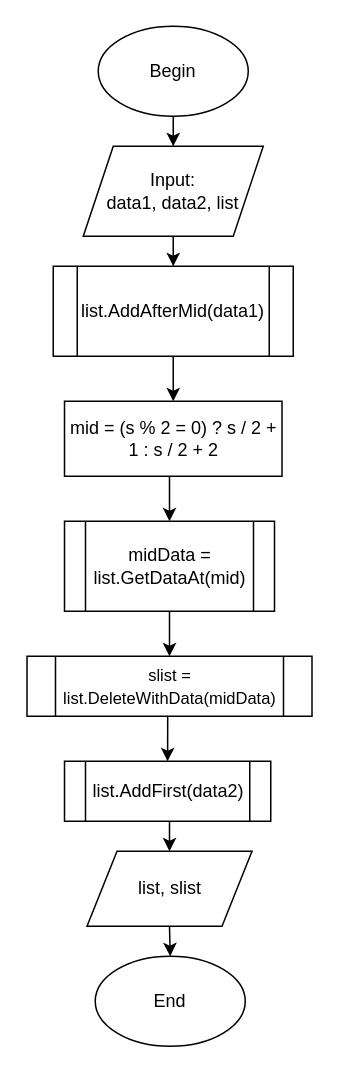
Above: page "Main" (1 of 3) of lab4/lab4.drawio in turoniol/ads-zaika-kp03 (draw.io), before the change. Source tidied: cells renumbered, new cells numbered last; positions are measured from the earlier drawing's top-left corner, leaving out a move shared by most shapes. Both pictures are drawn from the tidied source at 150%, with x=0, y=0 at pixel (26, 26).
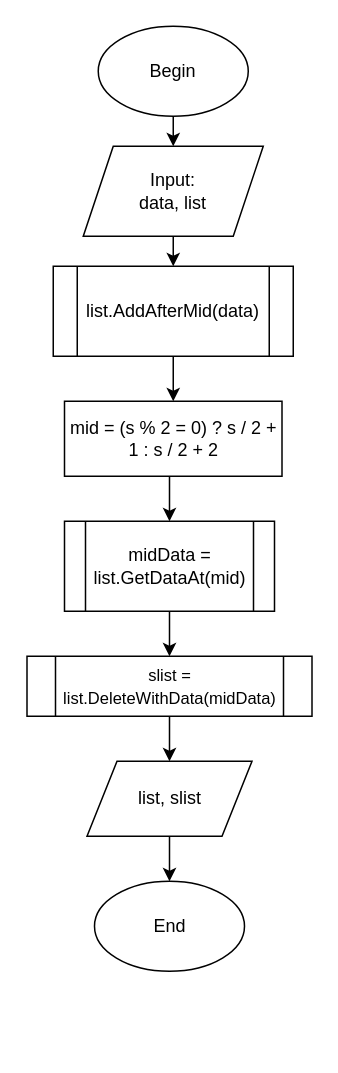
The same diagram, later.

What changed in the source:
```diff
@@
 <mxGraphModel>
   <root>
     <mxCell id="0" />
     <mxCell id="1" parent="0" />
     <mxCell id="2" style="edgeStyle=orthogonalEdgeStyle;rounded=0;jettySize=auto;html=1;exitX=0.5;exitY=1;exitDx=0;exitDy=0;entryX=0.5;entryY=0;entryDx=0;entryDy=0;" parent="1" edge="1" source="3" target="5">
       <mxGeometry relative="1" as="geometry" />
     </mxCell>
     <mxCell id="3" value="Begin" style="ellipse;whiteSpace=wrap;html=1;" parent="1" vertex="1">
       <mxGeometry x="48" width="100" height="60" as="geometry" />
     </mxCell>
     <mxCell id="4" style="edgeStyle=orthogonalEdgeStyle;rounded=0;jettySize=auto;html=1;exitX=0.5;exitY=1;exitDx=0;exitDy=0;entryX=0.5;entryY=0;entryDx=0;entryDy=0;" parent="1" edge="1" source="5" target="7">
       <mxGeometry relative="1" as="geometry" />
     </mxCell>
-    <mxCell id="5" value="Input:&lt;br&gt;data1, data2, list" style="shape=parallelogram;perimeter=parallelogramPerimeter;whiteSpace=wrap;html=1;fixedSize=1;" parent="1" vertex="1">
+    <mxCell id="5" value="Input:&lt;br&gt;data, list" style="shape=parallelogram;perimeter=parallelogramPerimeter;whiteSpace=wrap;html=1;fixedSize=1;" parent="1" vertex="1">
       <mxGeometry x="38" y="80" width="120" height="60" as="geometry" />
     </mxCell>
     <mxCell id="6" style="edgeStyle=orthogonalEdgeStyle;rounded=0;jettySize=auto;html=1;exitX=0.5;exitY=1;exitDx=0;exitDy=0;entryX=0.5;entryY=0;entryDx=0;entryDy=0;" parent="1" edge="1" source="7" target="9">
       <mxGeometry relative="1" as="geometry" />
     </mxCell>
-    <mxCell id="7" value="list.AddAfterMid(data1)" style="shape=process;whiteSpace=wrap;html=1;backgroundOutline=1;" parent="1" vertex="1">
+    <mxCell id="7" value="list.AddAfterMid(data)" style="shape=process;whiteSpace=wrap;html=1;backgroundOutline=1;" parent="1" vertex="1">
       <mxGeometry x="18" y="160" width="160" height="60" as="geometry" />
     </mxCell>
     <mxCell id="8" style="edgeStyle=orthogonalEdgeStyle;rounded=0;jettySize=auto;html=1;exitX=0.5;exitY=1;exitDx=0;exitDy=0;entryX=0.5;entryY=0;entryDx=0;entryDy=0;" parent="1" edge="1" source="9" target="11">
       <mxGeometry relative="1" as="geometry" />
     </mxCell>
     <mxCell id="9" value="mid = (s % 2 = 0) ? s / 2 + 1 : s / 2 + 2" style="rounded=0;whiteSpace=wrap;html=1;" parent="1" vertex="1">
       <mxGeometry x="25.5" y="250" width="145" height="50" as="geometry" />
     </mxCell>
     <mxCell id="10" style="edgeStyle=orthogonalEdgeStyle;rounded=0;jettySize=auto;html=1;exitX=0.5;exitY=1;exitDx=0;exitDy=0;entryX=0.5;entryY=0;entryDx=0;entryDy=0;" parent="1" edge="1" source="11" target="13">
       <mxGeometry relative="1" as="geometry" />
     </mxCell>
     <mxCell id="11" value="midData = list.GetDataAt(mid)" style="shape=process;whiteSpace=wrap;html=1;backgroundOutline=1;" parent="1" vertex="1">
       <mxGeometry x="25.5" y="330" width="140" height="60" as="geometry" />
     </mxCell>
-    <mxCell id="12" style="edgeStyle=orthogonalEdgeStyle;rounded=0;jettySize=auto;html=1;exitX=0.5;exitY=1;exitDx=0;exitDy=0;entryX=0.5;entryY=0;entryDx=0;entryDy=0;" parent="1" edge="1" source="13" target="15">
-      <mxGeometry relative="1" as="geometry" />
-    </mxCell>
+    <mxCell id="19" style="edgeStyle=orthogonalEdgeStyle;rounded=0;jettySize=auto;html=1;exitX=0.5;exitY=1;exitDx=0;exitDy=0;" parent="1" edge="1" source="13" target="17">
+      <mxGeometry relative="1" as="geometry" />
+    </mxCell>
     <mxCell id="13" value="&lt;font style=&quot;font-size: 11px&quot;&gt;slist = list.DeleteWithData(midData)&lt;/font&gt;" style="shape=process;whiteSpace=wrap;html=1;backgroundOutline=1;" parent="1" vertex="1">
       <mxGeometry x="0.5" y="420" width="190" height="40" as="geometry" />
     </mxCell>
-    <mxCell id="14" style="edgeStyle=orthogonalEdgeStyle;rounded=0;jettySize=auto;html=1;exitX=0.5;exitY=1;exitDx=0;exitDy=0;entryX=0.5;entryY=0;entryDx=0;entryDy=0;" parent="1" edge="1" source="15" target="17">
-      <mxGeometry relative="1" as="geometry" />
-    </mxCell>
-    <mxCell id="15" value="list.AddFirst(data2)" style="shape=process;whiteSpace=wrap;html=1;backgroundOutline=1;" parent="1" vertex="1">
-      <mxGeometry x="25.5" y="490" width="137.5" height="40" as="geometry" />
-    </mxCell>
     <mxCell id="16" style="edgeStyle=orthogonalEdgeStyle;rounded=0;jettySize=auto;html=1;exitX=0.5;exitY=1;exitDx=0;exitDy=0;entryX=0.5;entryY=0;entryDx=0;entryDy=0;" parent="1" edge="1" source="17" target="18">
       <mxGeometry relative="1" as="geometry" />
     </mxCell>
     <mxCell id="17" value="list, slist" style="shape=parallelogram;perimeter=parallelogramPerimeter;whiteSpace=wrap;html=1;fixedSize=1;" parent="1" vertex="1">
-      <mxGeometry x="40.5" y="550" width="110" height="50" as="geometry" />
+      <mxGeometry x="40.5" y="490" width="110" height="50" as="geometry" />
     </mxCell>
     <mxCell id="18" value="End" style="ellipse;whiteSpace=wrap;html=1;" parent="1" vertex="1">
-      <mxGeometry x="46" y="620" width="100" height="60" as="geometry" />
+      <mxGeometry x="45.5" y="570" width="100" height="60" as="geometry" />
     </mxCell>
   </root>
 </mxGraphModel>
```
